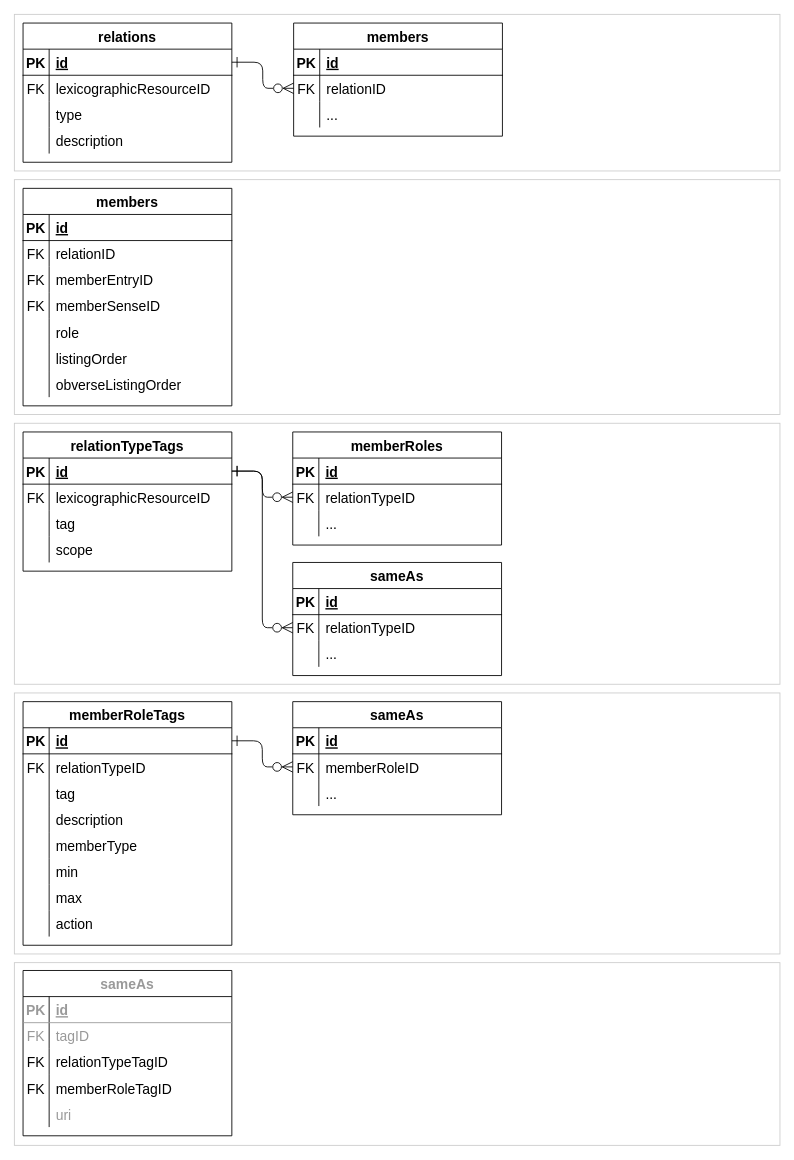
Earlier version of the draw.io diagram dmlex-v1.0/specification/modules/linking/databaseDiagrams/diagrams.drawio (oasis-tcs/lexidma). Source tidied: cells renumbered, new cells numbered last; positions are measured from the earlier drawing's top-left corner, leaving out a move shared by most shapes. Both pictures are drawn from the tidied source at 87%, with x=0, y=0 at pixel (14, 14).
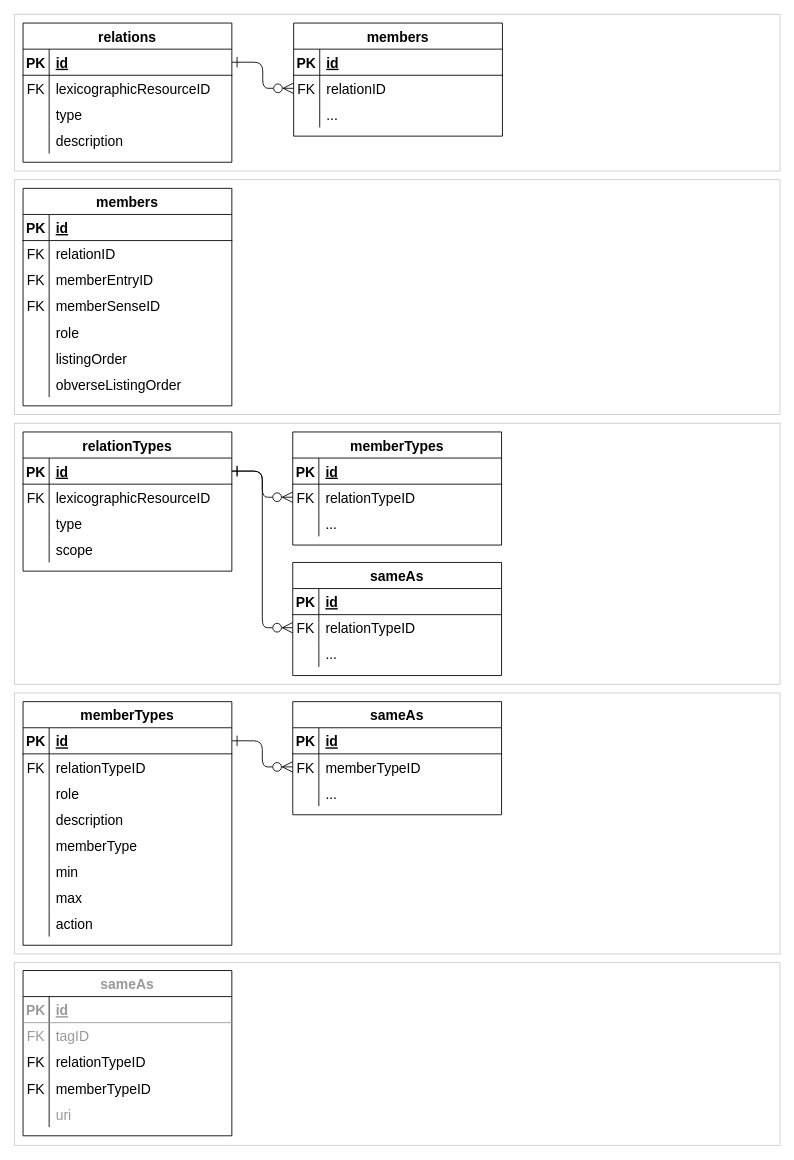
After the change.

The change refers to these unchanged cells:
```xml
<mxCell id="59" style="shape=tableRow;horizontal=0;startSize=0;swimlaneHead=0;swimlaneBody=0;fillColor=none;top=0;left=0;right=0;bottom=0;fontSize=16;" parent="52" vertex="1">
  <mxGeometry y="90" width="240" height="30" as="geometry" />
</mxCell>
<mxCell id="94" style="shape=tableRow;horizontal=0;startSize=0;swimlaneHead=0;swimlaneBody=0;fillColor=none;top=0;left=0;right=0;bottom=0;fontSize=16;" parent="87" vertex="1">
  <mxGeometry y="90" width="240" height="30" as="geometry" />
</mxCell>
<mxCell id="116" style="shape=tableRow;horizontal=0;startSize=0;swimlaneHead=0;swimlaneBody=0;fillColor=none;points=[[0,0.5],[1,0.5]];portConstraint=eastwest;top=0;left=0;right=0;bottom=0;fontSize=16;" parent="112" vertex="1">
  <mxGeometry y="60" width="240" height="30" as="geometry" />
</mxCell>
<mxCell id="131" style="shape=tableRow;horizontal=0;startSize=0;swimlaneHead=0;swimlaneBody=0;fillColor=none;top=0;left=0;right=0;bottom=0;fontSize=16;" parent="124" vertex="1">
  <mxGeometry y="90" width="240" height="30" as="geometry" />
</mxCell>
<mxCell id="134" style="shape=tableRow;horizontal=0;startSize=0;swimlaneHead=0;swimlaneBody=0;fillColor=none;top=0;left=0;right=0;bottom=0;fontSize=16;fontColor=#000000;" parent="124" vertex="1">
  <mxGeometry y="120" width="240" height="30" as="geometry" />
</mxCell>
```

What changed in the source:
```diff
@@
-    <mxCell id="52" value="relationTypeTags" style="shape=table;startSize=30;childLayout=tableLayout;rowLines=0;fontStyle=1;align=center;fontSize=16;" parent="1" vertex="1">
+    <mxCell id="52" value="relationTypes" style="shape=table;startSize=30;childLayout=tableLayout;rowLines=0;fontStyle=1;align=center;fontSize=16;" parent="1" vertex="1">
       <mxGeometry x="10" y="480" width="240" height="160" as="geometry" />
     </mxCell>
@@
-    <mxCell id="61" value="tag" style="shape=partialRectangle;fillColor=none;top=0;left=0;bottom=0;right=0;align=left;spacingLeft=6;overflow=hidden;fontSize=16;" parent="59" vertex="1">
+    <mxCell id="61" value="type" style="shape=partialRectangle;fillColor=none;top=0;left=0;bottom=0;right=0;align=left;spacingLeft=6;overflow=hidden;fontSize=16;" parent="59" vertex="1">
       <mxGeometry x="30" width="210" height="30" as="geometry" />
     </mxCell>
@@
-    <mxCell id="65" value="memberRoles" style="shape=table;startSize=30;childLayout=tableLayout;rowLines=0;fontStyle=1;align=center;fontSize=16;" parent="1" vertex="1">
+    <mxCell id="65" value="memberTypes" style="shape=table;startSize=30;childLayout=tableLayout;rowLines=0;fontStyle=1;align=center;fontSize=16;" parent="1" vertex="1">
       <mxGeometry x="320" y="480" width="240" height="130" as="geometry" />
     </mxCell>
@@
-    <mxCell id="87" value="memberRoleTags" style="shape=table;startSize=30;childLayout=tableLayout;rowLines=0;fontStyle=1;align=center;fontSize=16;" parent="1" vertex="1">
+    <mxCell id="87" value="memberTypes" style="shape=table;startSize=30;childLayout=tableLayout;rowLines=0;fontStyle=1;align=center;fontSize=16;" parent="1" vertex="1">
       <mxGeometry x="10" y="790" width="240" height="280" as="geometry" />
     </mxCell>
@@
-    <mxCell id="96" value="tag" style="shape=partialRectangle;fillColor=none;top=0;left=0;bottom=0;right=0;align=left;spacingLeft=6;overflow=hidden;fontSize=16;" parent="94" vertex="1">
+    <mxCell id="96" value="role" style="shape=partialRectangle;fillColor=none;top=0;left=0;bottom=0;right=0;align=left;spacingLeft=6;overflow=hidden;fontSize=16;" parent="94" vertex="1">
       <mxGeometry x="30" width="210" height="30" as="geometry" />
     </mxCell>
@@
-    <mxCell id="118" value="memberRoleID" style="shape=partialRectangle;fillColor=none;top=0;left=0;bottom=0;right=0;align=left;spacingLeft=6;overflow=hidden;fontSize=16;" parent="116" vertex="1">
+    <mxCell id="118" value="memberTypeID" style="shape=partialRectangle;fillColor=none;top=0;left=0;bottom=0;right=0;align=left;spacingLeft=6;overflow=hidden;fontSize=16;" parent="116" vertex="1">
       <mxGeometry x="30" width="210" height="30" as="geometry" />
     </mxCell>
@@
-    <mxCell id="133" value="relationTypeTagID" style="shape=partialRectangle;fillColor=none;top=0;left=0;bottom=0;right=0;align=left;spacingLeft=6;overflow=hidden;fontSize=16;" parent="131" vertex="1">
+    <mxCell id="133" value="relationTypeID" style="shape=partialRectangle;fillColor=none;top=0;left=0;bottom=0;right=0;align=left;spacingLeft=6;overflow=hidden;fontSize=16;" parent="131" vertex="1">
       <mxGeometry x="30" width="210" height="30" as="geometry" />
     </mxCell>
@@
-    <mxCell id="136" value="memberRoleTagID" style="shape=partialRectangle;fillColor=none;top=0;left=0;bottom=0;right=0;align=left;spacingLeft=6;overflow=hidden;fontSize=16;fontColor=#000000;" parent="134" vertex="1">
+    <mxCell id="136" value="memberTypeID" style="shape=partialRectangle;fillColor=none;top=0;left=0;bottom=0;right=0;align=left;spacingLeft=6;overflow=hidden;fontSize=16;fontColor=#000000;" parent="134" vertex="1">
       <mxGeometry x="30" width="210" height="30" as="geometry" />
     </mxCell>
```
